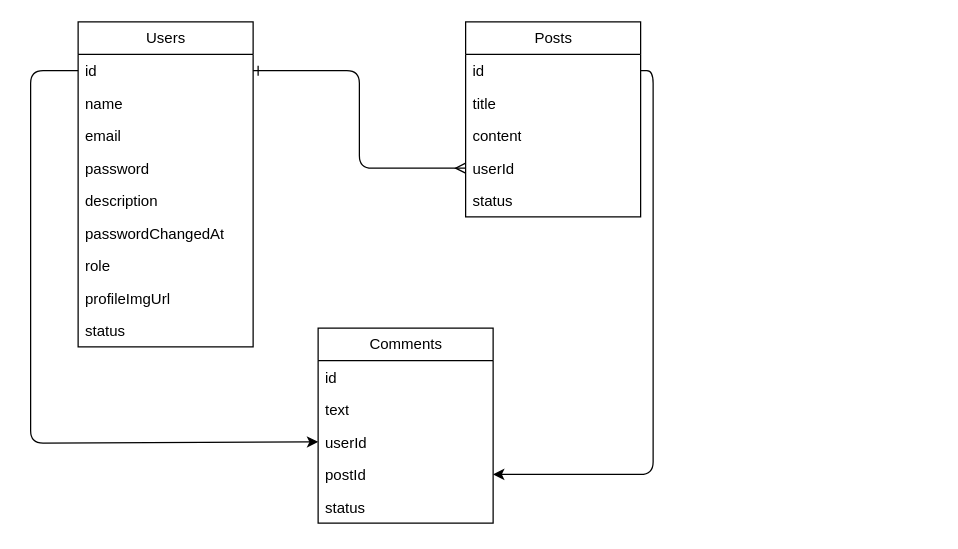
Earlier version of the draw.io diagram blog-app/diagramaEntidadRelacion.drawio (luismavlo/GEN-24-NODE). Source tidied: cells renumbered, new cells numbered last; positions are measured from the earlier drawing's top-left corner, leaving out a move shared by most shapes. Both pictures are drawn from the tidied source at 125%, with x=0, y=0 at pixel (30, 21).
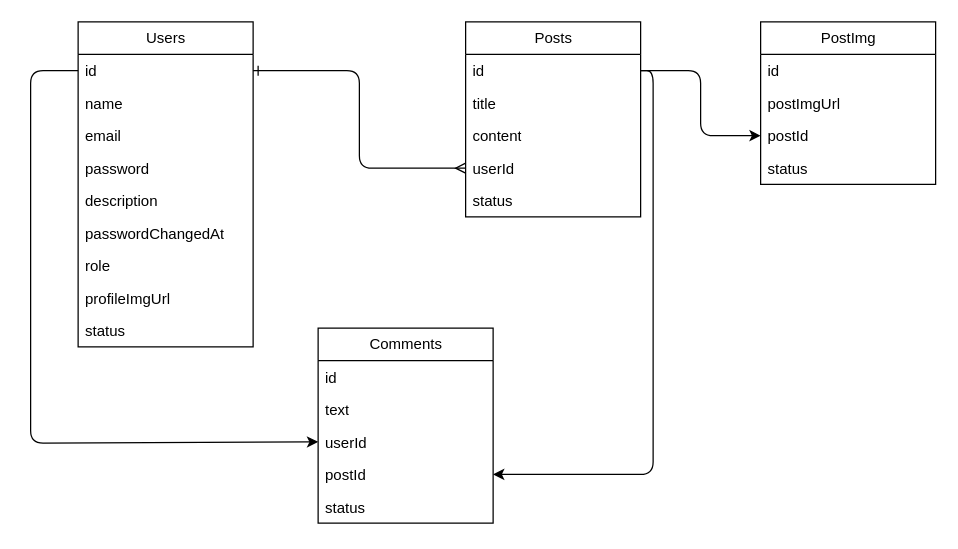
Above is the later version.

The change refers to these unchanged cells:
```xml
<mxCell id="13" value="id" style="text;strokeColor=none;fillColor=none;align=left;verticalAlign=top;spacingLeft=4;spacingRight=4;overflow=hidden;points=[[0,0.5],[1,0.5]];portConstraint=eastwest;whiteSpace=wrap;html=1;" parent="12" vertex="1">
  <mxGeometry y="26" width="140" height="26" as="geometry" />
</mxCell>
```

Diff of the diagram source:
```diff
@@
+    <mxCell id="27" value="PostImg" style="swimlane;fontStyle=0;horizontal=1;startSize=26;fillColor=none;html=1;" parent="1" vertex="1">
+      <mxGeometry x="584" width="140" height="130" as="geometry" />
+    </mxCell>
+    <mxCell id="28" value="id" style="text;strokeColor=none;fillColor=none;align=left;verticalAlign=top;spacingLeft=4;spacingRight=4;overflow=hidden;whiteSpace=wrap;html=1;" parent="27" vertex="1">
+      <mxGeometry y="26" width="140" height="26" as="geometry" />
+    </mxCell>
+    <mxCell id="29" value="postImgUrl" style="text;strokeColor=none;fillColor=none;align=left;verticalAlign=top;spacingLeft=4;spacingRight=4;overflow=hidden;whiteSpace=wrap;html=1;" parent="27" vertex="1">
+      <mxGeometry y="52" width="140" height="26" as="geometry" />
+    </mxCell>
+    <mxCell id="30" value="postId" style="text;strokeColor=none;fillColor=none;align=left;verticalAlign=top;spacingLeft=4;spacingRight=4;overflow=hidden;points=[[0,0.5],[1,0.5]];portConstraint=eastwest;whiteSpace=wrap;html=1;" parent="27" vertex="1">
+      <mxGeometry y="78" width="140" height="26" as="geometry" />
+    </mxCell>
+    <mxCell id="31" value="status" style="text;strokeColor=none;fillColor=none;align=left;verticalAlign=top;spacingLeft=4;spacingRight=4;overflow=hidden;whiteSpace=wrap;html=1;" parent="27" vertex="1">
+      <mxGeometry y="104" width="140" height="26" as="geometry" />
+    </mxCell>
+    <mxCell id="32" style="edgeStyle=orthogonalEdgeStyle;html=1;entryX=0;entryY=0.5;entryDx=0;entryDy=0;exitX=1;exitY=0.5;exitDx=0;exitDy=0;" parent="1" edge="1" source="13" target="30">
+      <mxGeometry relative="1" as="geometry" />
+    </mxCell>
```
